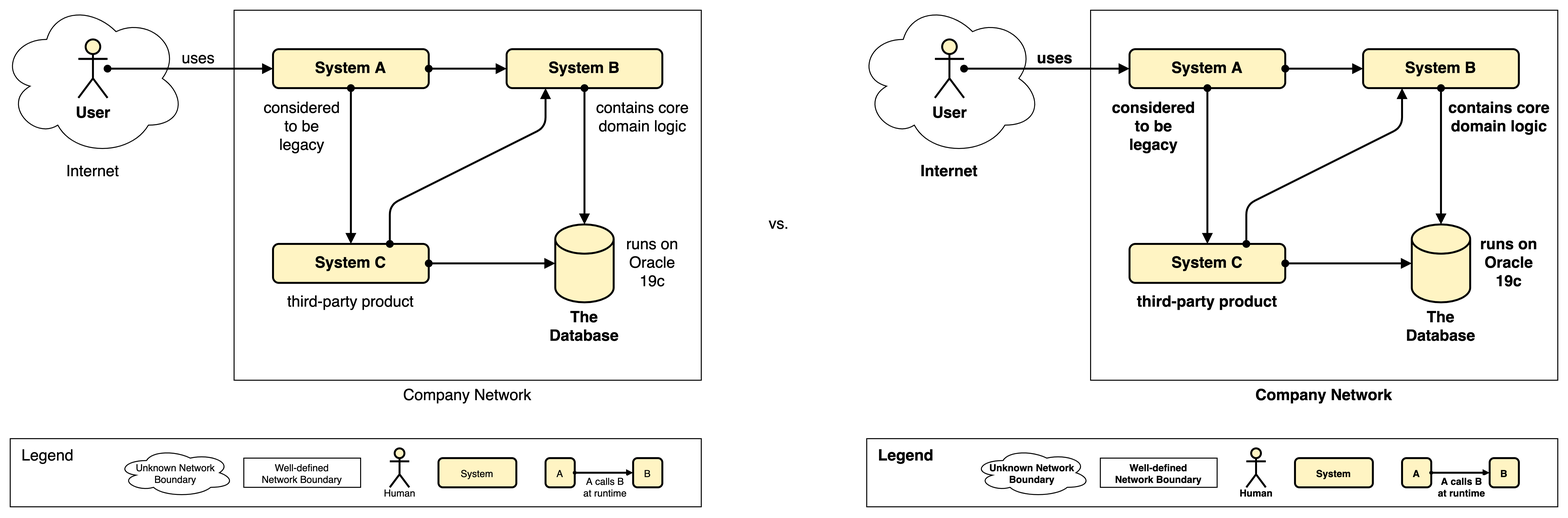
Before: diagrams/text-guideline_font-style_3.png, a diagram exported from draw.io (martinleggewie/visual-tips-for-creating-schematic-diagrams). Source tidied: cells renumbered, new cells last; positions are measured from the earlier drawing's top-left corner, leaving out a move shared by most shapes.
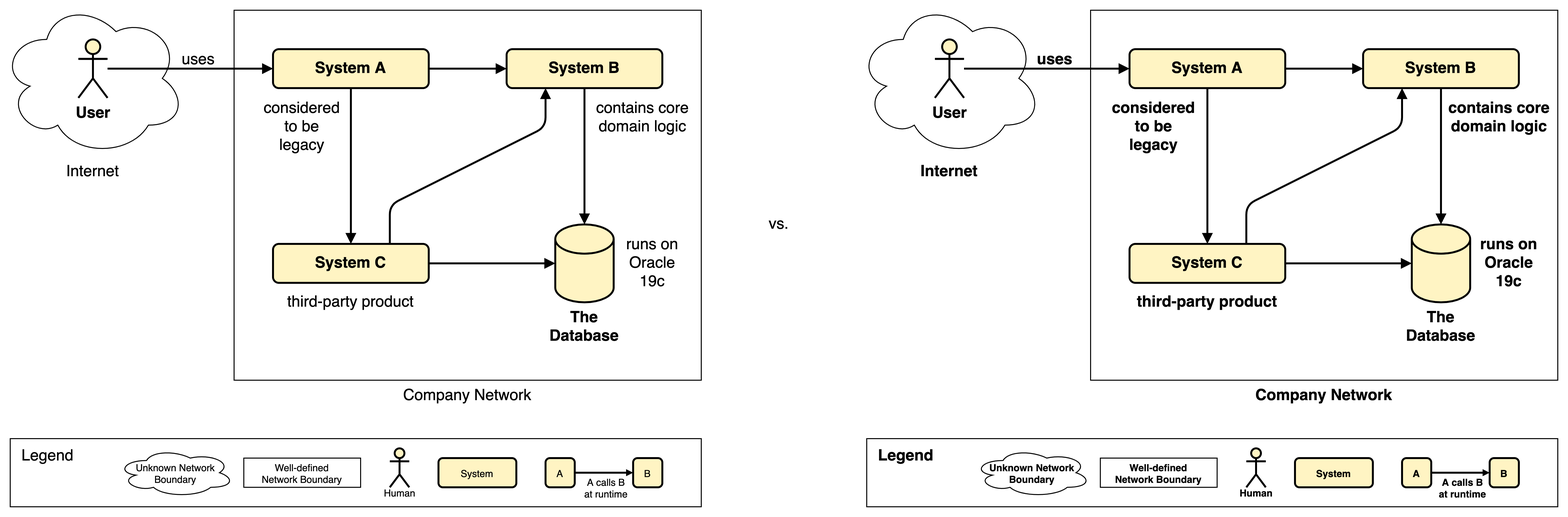
The same file after the commit.

Change to the diagram source:
```diff
@@ -18,10 +18,10 @@
     <mxCell id="7" value="System B" style="rounded=1;whiteSpace=wrap;html=1;strokeWidth=2;fontSize=16;fontStyle=1;fillColor=#FFF4C3;" parent="3" vertex="1">
       <mxGeometry x="520" y="50" width="160" height="40" as="geometry" />
     </mxCell>
-    <mxCell id="8" style="rounded=0;jettySize=auto;html=1;fontSize=16;endArrow=block;endFill=1;startArrow=oval;startFill=1;strokeWidth=2;" parent="3" edge="1" source="6" target="7">
+    <mxCell id="8" style="rounded=0;jettySize=auto;html=1;fontSize=16;endArrow=block;endFill=1;startArrow=none;startFill=0;strokeWidth=2;" parent="3" edge="1" source="6" target="7">
       <mxGeometry relative="1" as="geometry" />
     </mxCell>
-    <mxCell id="9" style="edgeStyle=none;rounded=0;jettySize=auto;html=1;startArrow=oval;startFill=1;endArrow=block;endFill=1;strokeWidth=2;fontSize=16;" parent="3" edge="1" source="11" target="6">
+    <mxCell id="9" style="edgeStyle=none;rounded=0;jettySize=auto;html=1;startArrow=none;startFill=0;endArrow=block;endFill=1;strokeWidth=2;fontSize=16;" parent="3" edge="1" source="11" target="6">
       <mxGeometry relative="1" as="geometry" />
     </mxCell>
     <mxCell id="10" value="uses" style="edgeLabel;html=1;align=center;verticalAlign=middle;fontSize=16;labelBackgroundColor=none;" parent="9" vertex="1">
@@ -38,16 +38,16 @@
     <mxCell id="13" value="System C" style="rounded=1;whiteSpace=wrap;html=1;strokeWidth=2;fontSize=16;fontStyle=1;fillColor=#FFF4C3;" parent="3" vertex="1">
       <mxGeometry x="280" y="250" width="160" height="40" as="geometry" />
     </mxCell>
-    <mxCell id="14" style="edgeStyle=none;rounded=0;jettySize=auto;html=1;startArrow=oval;startFill=1;endArrow=block;endFill=1;strokeWidth=2;fontSize=16;" parent="3" edge="1" source="13" target="12">
+    <mxCell id="14" style="edgeStyle=none;rounded=0;jettySize=auto;html=1;startArrow=none;startFill=0;endArrow=block;endFill=1;strokeWidth=2;fontSize=16;" parent="3" edge="1" source="13" target="12">
       <mxGeometry relative="1" as="geometry" />
     </mxCell>
-    <mxCell id="15" style="edgeStyle=none;rounded=0;jettySize=auto;html=1;startArrow=oval;startFill=1;endArrow=block;endFill=1;strokeWidth=2;fontSize=16;" parent="3" edge="1" source="6" target="13">
+    <mxCell id="15" style="edgeStyle=none;rounded=0;jettySize=auto;html=1;startArrow=none;startFill=0;endArrow=block;endFill=1;strokeWidth=2;fontSize=16;" parent="3" edge="1" source="6" target="13">
       <mxGeometry relative="1" as="geometry" />
     </mxCell>
-    <mxCell id="16" style="edgeStyle=none;rounded=0;jettySize=auto;html=1;startArrow=oval;startFill=1;endArrow=block;endFill=1;strokeWidth=2;fontSize=16;" parent="3" edge="1" source="7" target="12">
+    <mxCell id="16" style="edgeStyle=none;rounded=0;jettySize=auto;html=1;startArrow=none;startFill=0;endArrow=block;endFill=1;strokeWidth=2;fontSize=16;" parent="3" edge="1" source="7" target="12">
       <mxGeometry relative="1" as="geometry" />
     </mxCell>
-    <mxCell id="17" style="jettySize=auto;html=1;startArrow=oval;startFill=1;endArrow=block;endFill=1;strokeWidth=2;fontSize=16;exitX=0.75;exitY=0;exitDx=0;exitDy=0;entryX=0.25;entryY=1;entryDx=0;entryDy=0;rounded=1;elbow=vertical;jumpStyle=none;sketch=0;shadow=0;comic=0;arcSize=20;" parent="3" edge="1" source="13" target="7">
+    <mxCell id="17" style="jettySize=auto;html=1;startArrow=none;startFill=0;endArrow=block;endFill=1;strokeWidth=2;fontSize=16;exitX=0.75;exitY=0;exitDx=0;exitDy=0;entryX=0.25;entryY=1;entryDx=0;entryDy=0;rounded=1;elbow=vertical;jumpStyle=none;sketch=0;shadow=0;comic=0;arcSize=20;" parent="3" edge="1" source="13" target="7">
       <mxGeometry relative="1" as="geometry">
         <Array as="points">
           <mxPoint x="400" y="210" />
@@ -76,10 +76,10 @@
     <mxCell id="24" value="System B" style="rounded=1;whiteSpace=wrap;html=1;strokeWidth=2;fontSize=16;fontStyle=1;fillColor=#FFF4C3;" parent="3" vertex="1">
       <mxGeometry x="1400" y="50" width="160" height="40" as="geometry" />
     </mxCell>
-    <mxCell id="25" style="rounded=0;jettySize=auto;html=1;fontSize=16;endArrow=block;endFill=1;startArrow=oval;startFill=1;strokeWidth=2;fontStyle=1;" parent="3" edge="1" source="23" target="24">
+    <mxCell id="25" style="rounded=0;jettySize=auto;html=1;fontSize=16;endArrow=block;endFill=1;startArrow=none;startFill=0;strokeWidth=2;fontStyle=1;" parent="3" edge="1" source="23" target="24">
       <mxGeometry relative="1" as="geometry" />
     </mxCell>
-    <mxCell id="26" style="edgeStyle=none;rounded=0;jettySize=auto;html=1;startArrow=oval;startFill=1;endArrow=block;endFill=1;strokeWidth=2;fontSize=16;fontStyle=1;" parent="3" edge="1" source="28" target="23">
+    <mxCell id="26" style="edgeStyle=none;rounded=0;jettySize=auto;html=1;startArrow=none;startFill=0;endArrow=block;endFill=1;strokeWidth=2;fontSize=16;fontStyle=1;" parent="3" edge="1" source="28" target="23">
       <mxGeometry relative="1" as="geometry" />
     </mxCell>
     <mxCell id="27" value="uses" style="edgeLabel;html=1;align=center;verticalAlign=middle;fontSize=16;labelBackgroundColor=none;fontStyle=1;" parent="26" vertex="1">
@@ -96,16 +96,16 @@
     <mxCell id="30" value="System C" style="rounded=1;whiteSpace=wrap;html=1;strokeWidth=2;fontSize=16;fontStyle=1;fillColor=#FFF4C3;" parent="3" vertex="1">
       <mxGeometry x="1160" y="250" width="160" height="40" as="geometry" />
     </mxCell>
-    <mxCell id="31" style="edgeStyle=none;rounded=0;jettySize=auto;html=1;startArrow=oval;startFill=1;endArrow=block;endFill=1;strokeWidth=2;fontSize=16;fontStyle=1;" parent="3" edge="1" source="30" target="29">
+    <mxCell id="31" style="edgeStyle=none;rounded=0;jettySize=auto;html=1;startArrow=none;startFill=0;endArrow=block;endFill=1;strokeWidth=2;fontSize=16;fontStyle=1;" parent="3" edge="1" source="30" target="29">
       <mxGeometry relative="1" as="geometry" />
     </mxCell>
-    <mxCell id="32" style="edgeStyle=none;rounded=0;jettySize=auto;html=1;startArrow=oval;startFill=1;endArrow=block;endFill=1;strokeWidth=2;fontSize=16;fontStyle=1;" parent="3" edge="1" source="23" target="30">
+    <mxCell id="32" style="edgeStyle=none;rounded=0;jettySize=auto;html=1;startArrow=none;startFill=0;endArrow=block;endFill=1;strokeWidth=2;fontSize=16;fontStyle=1;" parent="3" edge="1" source="23" target="30">
       <mxGeometry relative="1" as="geometry" />
     </mxCell>
-    <mxCell id="33" style="edgeStyle=none;rounded=0;jettySize=auto;html=1;startArrow=oval;startFill=1;endArrow=block;endFill=1;strokeWidth=2;fontSize=16;fontStyle=1;" parent="3" edge="1" source="24" target="29">
+    <mxCell id="33" style="edgeStyle=none;rounded=0;jettySize=auto;html=1;startArrow=none;startFill=0;endArrow=block;endFill=1;strokeWidth=2;fontSize=16;fontStyle=1;" parent="3" edge="1" source="24" target="29">
       <mxGeometry relative="1" as="geometry" />
     </mxCell>
-    <mxCell id="34" style="jettySize=auto;html=1;startArrow=oval;startFill=1;endArrow=block;endFill=1;strokeWidth=2;fontSize=16;exitX=0.75;exitY=0;exitDx=0;exitDy=0;entryX=0.25;entryY=1;entryDx=0;entryDy=0;rounded=1;elbow=vertical;jumpStyle=none;sketch=0;shadow=0;comic=0;arcSize=20;fontStyle=1;" parent="3" edge="1" source="30" target="24">
+    <mxCell id="34" style="jettySize=auto;html=1;startArrow=none;startFill=0;endArrow=block;endFill=1;strokeWidth=2;fontSize=16;exitX=0.75;exitY=0;exitDx=0;exitDy=0;entryX=0.25;entryY=1;entryDx=0;entryDy=0;rounded=1;elbow=vertical;jumpStyle=none;sketch=0;shadow=0;comic=0;arcSize=20;fontStyle=1;" parent="3" edge="1" source="30" target="24">
       <mxGeometry relative="1" as="geometry">
         <Array as="points">
           <mxPoint x="1280" y="210" />
@@ -150,7 +150,7 @@
     <mxCell id="47" value="Human" style="shape=umlActor;verticalLabelPosition=middle;verticalAlign=middle;html=1;fontSize=10;strokeWidth=2;fontStyle=0;fillColor=#FFF4C3;labelPosition=center;align=center;spacingTop=50;" parent="41" vertex="1">
       <mxGeometry x="400" y="460" width="20" height="40" as="geometry" />
     </mxCell>
-    <mxCell id="48" style="edgeStyle=none;rounded=0;jettySize=auto;html=1;startArrow=oval;startFill=1;endArrow=block;endFill=1;strokeWidth=2;fontSize=16;endSize=2;startSize=2;exitX=1;exitY=0.5;exitDx=0;exitDy=0;entryX=0;entryY=0.5;entryDx=0;entryDy=0;" parent="41" edge="1" source="43" target="50">
+    <mxCell id="48" style="edgeStyle=none;rounded=0;jettySize=auto;html=1;startArrow=none;startFill=0;endArrow=block;endFill=1;strokeWidth=2;fontSize=16;endSize=2;startSize=2;exitX=1;exitY=0.5;exitDx=0;exitDy=0;entryX=0;entryY=0.5;entryDx=0;entryDy=0;" parent="41" edge="1" source="43" target="50">
       <mxGeometry x="40" y="696" as="geometry" />
     </mxCell>
     <mxCell id="49" value="A calls B&lt;br&gt;at runtime" style="edgeLabel;html=1;align=center;verticalAlign=middle;fontSize=10;" parent="48" vertex="1">
@@ -179,7 +179,7 @@
     <mxCell id="56" value="Human" style="shape=umlActor;verticalLabelPosition=middle;verticalAlign=middle;html=1;fontSize=10;strokeWidth=2;fontStyle=1;fillColor=#FFF4C3;labelPosition=center;align=center;spacingTop=50;" parent="41" vertex="1">
       <mxGeometry x="1280" y="460" width="20" height="40" as="geometry" />
     </mxCell>
-    <mxCell id="57" style="edgeStyle=none;rounded=0;jettySize=auto;html=1;startArrow=oval;startFill=1;endArrow=block;endFill=1;strokeWidth=2;fontSize=16;endSize=2;startSize=2;exitX=1;exitY=0.5;exitDx=0;exitDy=0;entryX=0;entryY=0.5;entryDx=0;entryDy=0;fontStyle=1;" parent="41" edge="1" source="52" target="59">
+    <mxCell id="57" style="edgeStyle=none;rounded=0;jettySize=auto;html=1;startArrow=none;startFill=0;endArrow=block;endFill=1;strokeWidth=2;fontSize=16;endSize=2;startSize=2;exitX=1;exitY=0.5;exitDx=0;exitDy=0;entryX=0;entryY=0.5;entryDx=0;entryDy=0;fontStyle=1;" parent="41" edge="1" source="52" target="59">
       <mxGeometry x="920" y="696" as="geometry" />
     </mxCell>
     <mxCell id="58" value="A calls B&lt;br&gt;at runtime" style="edgeLabel;html=1;align=center;verticalAlign=middle;fontSize=10;fontStyle=1;" parent="57" vertex="1">
```
